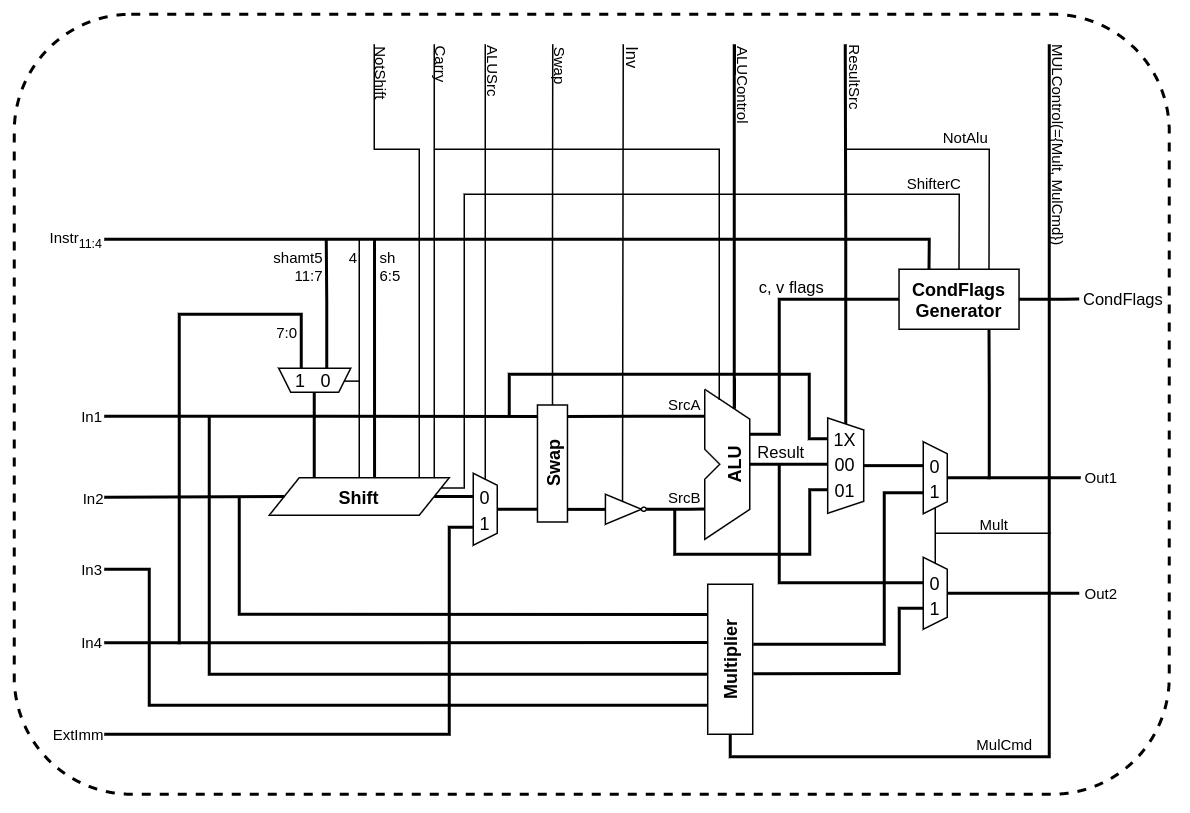
Before: asset/alu_block.drawio.png, a diagram exported from draw.io (takah29/arm-cpu). Source tidied: cells renumbered, new cells last; positions are measured from the earlier drawing's top-left corner, leaving out a move shared by most shapes.
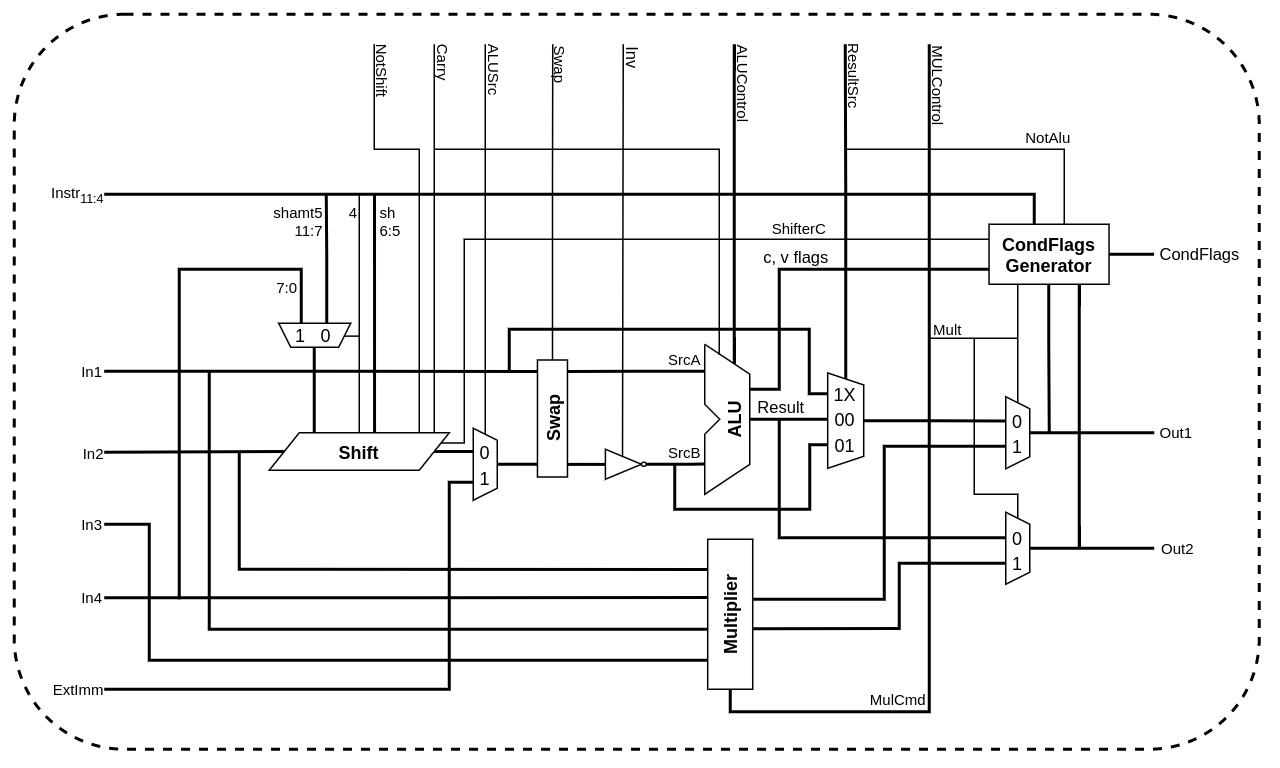
The same file after the commit.

Commit message:
回路図の修正

The edit, as a diff of the source:
```diff
@@ -3,8 +3,11 @@
     <mxCell id="0" />
     <mxCell id="1" value="名称未設定レイヤ" parent="0" />
     <mxCell id="2" style="rounded=1;whiteSpace=wrap;html=1;verticalAlign=top;labelPosition=center;verticalLabelPosition=bottom;align=center;shadow=0;glass=0;fontSize=16;fontStyle=1;noLabel=0;dashed=1;strokeWidth=2;" parent="1" vertex="1">
-      <mxGeometry width="770" height="520" as="geometry" />
+      <mxGeometry y="30" width="830" height="490" as="geometry" />
     </mxCell>
+    <mxCell id="96" value="&lt;b&gt;CondFlags&lt;br&gt;Generator&lt;/b&gt;" style="rounded=0;whiteSpace=wrap;html=1;fontSize=12;" parent="1" vertex="1">
+      <mxGeometry x="649.9" y="170" width="80" height="40" as="geometry" />
+    </mxCell>
     <mxCell id="3" style="edgeStyle=orthogonalEdgeStyle;rounded=0;jettySize=auto;html=1;entryX=0.325;entryY=0.962;entryDx=0;entryDy=0;entryPerimeter=0;endArrow=none;endFill=0;strokeWidth=2;exitX=1;exitY=0.5;exitDx=0;exitDy=0;" parent="1" edge="1" source="9" target="14">
       <mxGeometry relative="1" as="geometry" />
     </mxCell>
@@ -30,18 +33,17 @@
         </Array>
       </mxGeometry>
     </mxCell>
-    <mxCell id="7" style="edgeStyle=orthogonalEdgeStyle;rounded=0;jettySize=auto;html=1;exitX=1;exitY=0.25;exitDx=0;exitDy=0;entryX=0.5;entryY=0;entryDx=0;entryDy=0;endArrow=none;endFill=0;strokeWidth=1;fontSize=12;" parent="1" edge="1" source="9" target="96">
+    <mxCell id="7" style="edgeStyle=orthogonalEdgeStyle;rounded=0;jettySize=auto;html=1;exitX=1;exitY=0.25;exitDx=0;exitDy=0;entryX=0;entryY=0.25;entryDx=0;entryDy=0;endArrow=none;endFill=0;strokeWidth=1;fontSize=12;" parent="1" edge="1" source="9" target="96">
       <mxGeometry relative="1" as="geometry">
         <Array as="points">
           <mxPoint x="300" y="316" />
-          <mxPoint x="300" y="120" />
-          <mxPoint x="630" y="120" />
+          <mxPoint x="300" y="180" />
         </Array>
       </mxGeometry>
     </mxCell>
     <mxCell id="8" value="ShifterC" style="edgeLabel;html=1;align=center;verticalAlign=bottom;fontSize=10;labelBackgroundColor=none;" parent="7" vertex="1">
       <mxGeometry x="0.6" y="-1" relative="1" as="geometry">
-        <mxPoint x="49.9" as="offset" />
+        <mxPoint x="-28.1" as="offset" />
       </mxGeometry>
     </mxCell>
     <mxCell id="9" value="&lt;b&gt;Shift&lt;/b&gt;" style="shape=parallelogram;perimeter=parallelogramPerimeter;whiteSpace=wrap;html=1;fixedSize=1;" parent="1" vertex="1">
@@ -223,8 +225,7 @@
       <mxGeometry relative="1" as="geometry">
         <Array as="points">
           <mxPoint x="580" y="420" />
-          <mxPoint x="580" y="319" />
-          <mxPoint x="608" y="319" />
+          <mxPoint x="580" y="318" />
         </Array>
       </mxGeometry>
     </mxCell>
@@ -239,11 +240,13 @@
         </Array>
       </mxGeometry>
     </mxCell>
-    <mxCell id="46" style="edgeStyle=orthogonalEdgeStyle;rounded=0;jettySize=auto;html=1;exitX=0.25;exitY=0;exitDx=0;exitDy=0;fontSize=12;endArrow=none;endFill=0;strokeWidth=2;" parent="1" edge="1" source="96">
+    <mxCell id="46" style="edgeStyle=orthogonalEdgeStyle;rounded=0;orthogonalLoop=1;jettySize=auto;html=1;fontSize=12;endArrow=none;endFill=0;strokeWidth=2;" parent="1" edge="1">
       <mxGeometry relative="1" as="geometry">
+        <mxPoint x="680" y="170" as="sourcePoint" />
         <mxPoint x="60" y="150" as="targetPoint" />
         <Array as="points">
-          <mxPoint x="610" y="150" />
+          <mxPoint x="680" y="170" />
+          <mxPoint x="680" y="150" />
         </Array>
       </mxGeometry>
     </mxCell>
@@ -252,18 +255,19 @@
         <mxPoint x="-10" y="-2" as="offset" />
       </mxGeometry>
     </mxCell>
-    <mxCell id="48" style="edgeStyle=orthogonalEdgeStyle;rounded=0;jettySize=auto;html=1;exitX=0.75;exitY=0;exitDx=0;exitDy=0;endArrow=none;endFill=0;strokeWidth=1;fontSize=10;verticalAlign=bottom;" parent="1" edge="1" source="96">
+    <mxCell id="48" style="edgeStyle=orthogonalEdgeStyle;rounded=0;orthogonalLoop=1;jettySize=auto;html=1;endArrow=none;endFill=0;strokeWidth=1;fontSize=10;verticalAlign=bottom;" parent="1" edge="1">
       <mxGeometry relative="1" as="geometry">
-        <mxPoint x="554" y="90" as="targetPoint" />
+        <mxPoint x="700" y="170" as="sourcePoint" />
+        <mxPoint x="554" y="120" as="targetPoint" />
         <Array as="points">
-          <mxPoint x="650" y="90" />
-          <mxPoint x="554" y="90" />
+          <mxPoint x="700" y="170" />
+          <mxPoint x="700" y="120" />
         </Array>
       </mxGeometry>
     </mxCell>
     <mxCell id="49" value="NotAlu" style="edgeLabel;html=1;align=center;verticalAlign=bottom;fontSize=10;rotation=0;labelBackgroundColor=none;" parent="48" vertex="1">
       <mxGeometry x="0.08" y="1" relative="1" as="geometry">
-        <mxPoint x="-0.9" y="-1" as="offset" />
+        <mxPoint x="44.3" y="-1" as="offset" />
       </mxGeometry>
     </mxCell>
     <mxCell id="50" style="edgeStyle=orthogonalEdgeStyle;rounded=0;jettySize=auto;html=1;exitX=0.086;exitY=0.463;exitDx=0;exitDy=0;endArrow=none;endFill=0;strokeWidth=1;fontSize=10;exitPerimeter=0;" parent="1" edge="1" source="27">
@@ -272,7 +276,7 @@
       </mxGeometry>
     </mxCell>
     <mxCell id="51" style="group;" parent="1" vertex="1">
-      <mxGeometry x="606" y="285" width="16" height="48" as="geometry" />
+      <mxGeometry x="661" y="285" width="16" height="48" as="geometry" />
     </mxCell>
     <mxCell id="52" style="shape=trapezoid;perimeter=trapezoidPerimeter;whiteSpace=wrap;html=1;fixedSize=1;rotation=90;size=8;" parent="51" vertex="1">
       <mxGeometry x="-16" y="16" width="48" height="16" as="geometry" />
@@ -308,7 +312,7 @@
     <mxCell id="59" style="edgeStyle=orthogonalEdgeStyle;rounded=0;orthogonalLoop=1;jettySize=auto;html=1;exitX=1;exitY=0.5;exitDx=0;exitDy=0;fontSize=10;endArrow=none;endFill=0;snapToPoint=1;" parent="1" edge="1">
       <mxGeometry relative="1" as="geometry">
         <mxPoint x="358.8" y="260.5" as="sourcePoint" />
-        <mxPoint x="359" y="20" as="targetPoint" />
+        <mxPoint x="359" y="50" as="targetPoint" />
         <Array as="points">
           <mxPoint x="359" y="140" />
           <mxPoint x="359" y="30" />
@@ -322,10 +326,10 @@
     </mxCell>
     <mxCell id="61" style="edgeStyle=orthogonalEdgeStyle;rounded=0;orthogonalLoop=1;jettySize=auto;html=1;endArrow=none;endFill=0;strokeWidth=1;fontSize=11;entryX=0.455;entryY=0.24;entryDx=0;entryDy=0;entryPerimeter=0;snapToPoint=1;" parent="1" edge="1">
       <mxGeometry relative="1" as="geometry">
-        <mxPoint x="406" y="20" as="sourcePoint" />
+        <mxPoint x="406" y="50" as="sourcePoint" />
         <mxPoint x="405.5" y="324.8" as="targetPoint" />
         <Array as="points">
-          <mxPoint x="406" y="20" />
+          <mxPoint x="406" y="50" />
         </Array>
       </mxGeometry>
     </mxCell>
@@ -364,7 +368,7 @@
       </mxGeometry>
     </mxCell>
     <mxCell id="67" style="group;" parent="1" vertex="1">
-      <mxGeometry x="606" y="362" width="16" height="48" as="geometry" />
+      <mxGeometry x="661" y="362" width="16" height="48" as="geometry" />
     </mxCell>
     <mxCell id="68" style="shape=trapezoid;perimeter=trapezoidPerimeter;whiteSpace=wrap;html=1;fixedSize=1;rotation=90;size=8;" parent="67" vertex="1">
       <mxGeometry x="-16" y="16" width="48" height="16" as="geometry" />
@@ -377,7 +381,7 @@
     </mxCell>
     <mxCell id="71" style="edgeStyle=orthogonalEdgeStyle;rounded=0;jettySize=auto;html=1;entryX=0.5;entryY=0;entryDx=0;entryDy=0;endArrow=none;endFill=0;strokeWidth=2;" parent="1" edge="1" target="52">
       <mxGeometry relative="1" as="geometry">
-        <mxPoint x="711" y="309" as="sourcePoint" />
+        <mxPoint x="760" y="309" as="sourcePoint" />
       </mxGeometry>
     </mxCell>
     <mxCell id="72" value="Out1" style="edgeLabel;html=1;align=left;verticalAlign=middle;fontSize=10;labelPosition=right;verticalLabelPosition=middle;labelBackgroundColor=none;" parent="71" vertex="1">
@@ -385,24 +389,24 @@
         <mxPoint x="10" as="offset" />
       </mxGeometry>
     </mxCell>
-    <mxCell id="73" style="edgeStyle=orthogonalEdgeStyle;rounded=0;jettySize=auto;html=1;exitX=1;exitY=1;exitDx=0;exitDy=0;endArrow=none;endFill=0;strokeWidth=2;entryX=0;entryY=0.5;entryDx=0;entryDy=0;" parent="1" edge="1" target="96">
+    <mxCell id="73" style="edgeStyle=orthogonalEdgeStyle;rounded=0;jettySize=auto;html=1;exitX=1;exitY=1;exitDx=0;exitDy=0;endArrow=none;endFill=0;strokeWidth=2;entryX=0;entryY=0.75;entryDx=0;entryDy=0;" parent="1" edge="1" target="96">
       <mxGeometry relative="1" as="geometry">
         <mxPoint x="490.3" y="280" as="sourcePoint" />
         <Array as="points">
           <mxPoint x="510" y="280" />
-          <mxPoint x="510" y="190" />
+          <mxPoint x="510" y="200" />
         </Array>
       </mxGeometry>
     </mxCell>
     <mxCell id="74" value="c, v flags" style="edgeLabel;html=1;align=center;verticalAlign=bottom;labelBackgroundColor=none;labelPosition=center;verticalLabelPosition=middle;" parent="73" vertex="1">
       <mxGeometry x="-0.15" relative="1" as="geometry">
-        <mxPoint x="7.3" y="-28.7" as="offset" />
+        <mxPoint x="7.3" as="offset" />
       </mxGeometry>
     </mxCell>
     <mxCell id="75" style="edgeStyle=orthogonalEdgeStyle;rounded=0;orthogonalLoop=1;jettySize=auto;html=1;exitX=0;exitY=0.5;exitDx=0;exitDy=0;endArrow=none;endFill=0;strokeWidth=2;fontSize=10;" parent="1" edge="1">
       <mxGeometry relative="1" as="geometry">
         <mxPoint x="554.3" y="273.1" as="sourcePoint" />
-        <mxPoint x="554" y="20" as="targetPoint" />
+        <mxPoint x="554" y="50" as="targetPoint" />
         <Array as="points">
           <mxPoint x="554" y="150" />
           <mxPoint x="554" y="150" />
@@ -417,7 +421,7 @@
     <mxCell id="77" style="edgeStyle=orthogonalEdgeStyle;rounded=0;orthogonalLoop=1;jettySize=auto;html=1;endArrow=none;endFill=0;strokeWidth=2;fontSize=10;" parent="1" edge="1">
       <mxGeometry relative="1" as="geometry">
         <mxPoint x="480" y="263" as="sourcePoint" />
-        <mxPoint x="480" y="20" as="targetPoint" />
+        <mxPoint x="480" y="50" as="targetPoint" />
         <Array as="points">
           <mxPoint x="480" y="140" />
           <mxPoint x="480" y="140" />
@@ -426,23 +430,23 @@
     </mxCell>
     <mxCell id="78" value="ALUControl" style="edgeLabel;html=1;align=center;verticalAlign=middle;fontSize=10;rotation=90;labelBackgroundColor=none;" parent="77" vertex="1">
       <mxGeometry x="0.7" relative="1" as="geometry">
-        <mxPoint x="7" y="-11" as="offset" />
+        <mxPoint x="7" y="-7" as="offset" />
       </mxGeometry>
     </mxCell>
     <mxCell id="79" style="edgeStyle=orthogonalEdgeStyle;rounded=0;orthogonalLoop=1;jettySize=auto;html=1;endArrow=none;endFill=0;strokeWidth=1;fontSize=10;" parent="1" edge="1">
       <mxGeometry relative="1" as="geometry">
         <mxPoint x="470" y="257" as="sourcePoint" />
-        <mxPoint x="280" y="90" as="targetPoint" />
+        <mxPoint x="280" y="120" as="targetPoint" />
         <Array as="points">
-          <mxPoint x="470" y="90" />
-          <mxPoint x="280" y="90" />
+          <mxPoint x="470" y="120" />
+          <mxPoint x="280" y="120" />
         </Array>
       </mxGeometry>
     </mxCell>
     <mxCell id="80" style="edgeStyle=orthogonalEdgeStyle;rounded=0;orthogonalLoop=1;jettySize=auto;html=1;endArrow=none;endFill=0;strokeWidth=1;fontSize=10;exitX=0;exitY=0.5;exitDx=0;exitDy=0;" parent="1" edge="1">
       <mxGeometry relative="1" as="geometry">
         <mxPoint x="314" y="310" as="sourcePoint" />
-        <mxPoint x="314" y="20" as="targetPoint" />
+        <mxPoint x="314" y="50" as="targetPoint" />
         <Array as="points">
           <mxPoint x="314" y="50" />
         </Array>
@@ -470,10 +474,10 @@
     <mxCell id="84" style="edgeStyle=orthogonalEdgeStyle;rounded=0;orthogonalLoop=1;jettySize=auto;html=1;endArrow=none;endFill=0;strokeWidth=1;fontSize=10;" parent="1" edge="1">
       <mxGeometry relative="1" as="geometry">
         <mxPoint x="270" y="309" as="sourcePoint" />
-        <mxPoint x="240" y="20" as="targetPoint" />
+        <mxPoint x="240" y="50" as="targetPoint" />
         <Array as="points">
-          <mxPoint x="270" y="90" />
-          <mxPoint x="240" y="90" />
+          <mxPoint x="270" y="120" />
+          <mxPoint x="240" y="120" />
         </Array>
       </mxGeometry>
     </mxCell>
@@ -485,7 +489,7 @@
     <mxCell id="86" style="edgeStyle=orthogonalEdgeStyle;rounded=0;orthogonalLoop=1;jettySize=auto;html=1;endArrow=none;endFill=0;strokeWidth=1;fontSize=10;" parent="1" edge="1">
       <mxGeometry relative="1" as="geometry">
         <mxPoint x="280" y="309" as="sourcePoint" />
-        <mxPoint x="280" y="20" as="targetPoint" />
+        <mxPoint x="280" y="50" as="targetPoint" />
         <Array as="points">
           <mxPoint x="280" y="309" />
           <mxPoint x="280" y="30" />
@@ -494,7 +498,7 @@
     </mxCell>
     <mxCell id="87" value="Carry" style="edgeLabel;html=1;align=center;verticalAlign=middle;fontSize=10;rotation=90;labelBackgroundColor=none;" parent="86" vertex="1">
       <mxGeometry x="0.42" y="-1" relative="1" as="geometry">
-        <mxPoint x="5" y="-71.8" as="offset" />
+        <mxPoint x="5" y="-63.8" as="offset" />
       </mxGeometry>
     </mxCell>
     <mxCell id="88" style="edgeStyle=orthogonalEdgeStyle;rounded=0;orthogonalLoop=1;jettySize=auto;html=1;endArrow=none;endFill=0;strokeWidth=2;fontSize=10;entryX=0.688;entryY=1.001;entryDx=0;entryDy=0;entryPerimeter=0;" parent="1" edge="1">
@@ -523,13 +527,9 @@
         <mxPoint x="-4" as="offset" />
       </mxGeometry>
     </mxCell>
-    <mxCell id="92" style="edgeStyle=orthogonalEdgeStyle;rounded=0;orthogonalLoop=1;jettySize=auto;html=1;endArrow=none;endFill=0;strokeWidth=2;" parent="1" edge="1">
+    <mxCell id="92" style="edgeStyle=orthogonalEdgeStyle;rounded=0;jettySize=auto;html=1;endArrow=none;endFill=0;strokeWidth=2;entryX=0.5;entryY=0;entryDx=0;entryDy=0;" parent="1" edge="1" target="68">
       <mxGeometry relative="1" as="geometry">
-        <mxPoint x="710" y="386" as="sourcePoint" />
-        <mxPoint x="622" y="386" as="targetPoint" />
-        <Array as="points">
-          <mxPoint x="622" y="386.5" />
-        </Array>
+        <mxPoint x="760" y="386" as="sourcePoint" />
       </mxGeometry>
     </mxCell>
     <mxCell id="93" value="Out2" style="edgeLabel;html=1;align=left;verticalAlign=middle;fontSize=10;labelPosition=right;verticalLabelPosition=middle;labelBackgroundColor=none;" parent="92" vertex="1">
@@ -537,68 +537,92 @@
         <mxPoint x="7" y="2" as="offset" />
       </mxGeometry>
     </mxCell>
-    <mxCell id="94" style="edgeStyle=orthogonalEdgeStyle;rounded=0;jettySize=auto;html=1;exitX=1;exitY=0.5;exitDx=0;exitDy=0;endArrow=none;endFill=0;strokeWidth=2;" parent="1" edge="1" source="96">
+    <mxCell id="94" style="edgeStyle=orthogonalEdgeStyle;rounded=0;orthogonalLoop=1;jettySize=auto;html=1;exitX=1;exitY=0.5;exitDx=0;exitDy=0;endArrow=none;endFill=0;strokeWidth=2;" parent="1" edge="1">
       <mxGeometry relative="1" as="geometry">
-        <mxPoint x="710" y="189.9" as="targetPoint" />
+        <mxPoint x="759.9" y="190" as="sourcePoint" />
+        <mxPoint x="730" y="190" as="targetPoint" />
         <Array as="points">
-          <mxPoint x="700" y="190" />
-          <mxPoint x="700" y="190" />
+          <mxPoint x="730" y="190" />
+          <mxPoint x="730" y="190" />
         </Array>
       </mxGeometry>
     </mxCell>
     <mxCell id="95" value="CondFlags" style="edgeLabel;html=1;align=left;verticalAlign=middle;labelBackgroundColor=none;labelPosition=right;verticalLabelPosition=middle;" parent="94" vertex="1">
       <mxGeometry x="0.79" y="-1" relative="1" as="geometry">
-        <mxPoint x="5" y="-1" as="offset" />
+        <mxPoint x="29" y="1" as="offset" />
       </mxGeometry>
     </mxCell>
-    <mxCell id="96" value="&lt;b&gt;CondFlags&lt;br&gt;Generator&lt;/b&gt;" style="rounded=0;whiteSpace=wrap;html=1;fontSize=12;" parent="1" vertex="1">
-      <mxGeometry x="589.9" y="170" width="80" height="40" as="geometry" />
-    </mxCell>
     <mxCell id="97" style="edgeStyle=orthogonalEdgeStyle;rounded=0;jettySize=auto;html=1;endArrow=none;endFill=0;strokeWidth=2;entryX=0;entryY=0.5;entryDx=0;entryDy=0;" parent="1" edge="1" target="44">
       <mxGeometry relative="1" as="geometry">
-        <mxPoint x="690" y="20" as="sourcePoint" />
+        <mxPoint x="610" y="50" as="sourcePoint" />
         <Array as="points">
-          <mxPoint x="690" y="495" />
+          <mxPoint x="610" y="495" />
           <mxPoint x="477" y="495" />
         </Array>
       </mxGeometry>
     </mxCell>
-    <mxCell id="98" value="&lt;font style=&quot;font-size: 10px&quot;&gt;MULControl(={Mult, MulCmd})&lt;/font&gt;" style="edgeLabel;html=1;align=center;verticalAlign=middle;labelBackgroundColor=none;labelPosition=center;verticalLabelPosition=middle;rotation=90;" parent="97" vertex="1">
+    <mxCell id="98" value="&lt;font style=&quot;font-size: 10px&quot;&gt;MULControl&lt;/font&gt;" style="edgeLabel;html=1;align=center;verticalAlign=middle;labelBackgroundColor=none;labelPosition=center;verticalLabelPosition=middle;rotation=90;" parent="97" vertex="1">
       <mxGeometry x="-0.96" y="1" relative="1" as="geometry">
-        <mxPoint x="6" y="53.6" as="offset" />
+        <mxPoint x="6" y="15.6" as="offset" />
       </mxGeometry>
     </mxCell>
     <mxCell id="99" value="MulCmd" style="edgeLabel;html=1;align=center;verticalAlign=bottom;fontSize=10;labelBackgroundColor=none;" parent="97" vertex="1">
-      <mxGeometry x="0.44" relative="1" as="geometry" />
+      <mxGeometry x="0.44" relative="1" as="geometry">
+        <mxPoint x="-21" y="19.4" as="offset" />
+      </mxGeometry>
     </mxCell>
     <mxCell id="100" style="edgeStyle=orthogonalEdgeStyle;rounded=0;orthogonalLoop=1;jettySize=auto;html=1;endArrow=none;endFill=0;strokeWidth=1;fontSize=12;" parent="1" edge="1">
       <mxGeometry relative="1" as="geometry">
-        <mxPoint x="614" y="346" as="sourcePoint" />
-        <mxPoint x="690" y="346" as="targetPoint" />
+        <mxPoint x="610" y="246" as="sourcePoint" />
+        <mxPoint x="669" y="246" as="targetPoint" />
         <Array as="points">
-          <mxPoint x="691" y="346" />
+          <mxPoint x="669" y="246" />
+          <mxPoint x="669" y="246" />
         </Array>
       </mxGeometry>
     </mxCell>
     <mxCell id="101" value="Mult" style="edgeLabel;html=1;align=center;verticalAlign=middle;fontSize=10;labelBackgroundColor=none;" parent="100" vertex="1">
       <mxGeometry x="0.6" y="-1" relative="1" as="geometry">
-        <mxPoint x="-24.3" y="-7" as="offset" />
+        <mxPoint x="-36.3" y="-7" as="offset" />
       </mxGeometry>
     </mxCell>
-    <mxCell id="102" style="edgeStyle=orthogonalEdgeStyle;rounded=0;orthogonalLoop=1;jettySize=auto;html=1;endArrow=none;endFill=0;strokeWidth=1;fontSize=12;" parent="1" edge="1">
+    <mxCell id="102" style="edgeStyle=orthogonalEdgeStyle;rounded=0;jettySize=auto;html=1;endArrow=none;endFill=0;strokeWidth=1;fontSize=12;entryX=0;entryY=0.5;entryDx=0;entryDy=0;" parent="1" edge="1" target="52">
       <mxGeometry relative="1" as="geometry">
-        <mxPoint x="614" y="329" as="sourcePoint" />
-        <mxPoint x="614" y="366" as="targetPoint" />
+        <mxPoint x="669" y="210" as="sourcePoint" />
+        <Array as="points">
+          <mxPoint x="669" y="210" />
+        </Array>
       </mxGeometry>
     </mxCell>
-    <mxCell id="103" style="edgeStyle=orthogonalEdgeStyle;rounded=0;jettySize=auto;html=1;exitX=0.75;exitY=1;exitDx=0;exitDy=0;endArrow=none;endFill=0;strokeWidth=2;" parent="1" edge="1" source="96">
+    <mxCell id="103" style="edgeStyle=orthogonalEdgeStyle;rounded=0;orthogonalLoop=1;jettySize=auto;html=1;exitX=0.75;exitY=1;exitDx=0;exitDy=0;endArrow=none;endFill=0;strokeWidth=2;" parent="1" edge="1">
       <mxGeometry relative="1" as="geometry">
-        <mxPoint x="650" y="310" as="targetPoint" />
+        <mxPoint x="689.7" y="210" as="sourcePoint" />
+        <mxPoint x="690" y="309" as="targetPoint" />
         <Array as="points">
-          <mxPoint x="650" y="250" />
-          <mxPoint x="650" y="250" />
+          <mxPoint x="689.9" y="250" />
+          <mxPoint x="689.9" y="250" />
         </Array>
       </mxGeometry>
     </mxCell>
+    <mxCell id="104" style="edgeStyle=orthogonalEdgeStyle;rounded=0;orthogonalLoop=1;jettySize=auto;html=1;endArrow=none;endFill=0;strokeWidth=2;" parent="1" edge="1">
+      <mxGeometry relative="1" as="geometry">
+        <mxPoint x="710" y="210" as="sourcePoint" />
+        <mxPoint x="710" y="386" as="targetPoint" />
+        <Array as="points">
+          <mxPoint x="710.1" y="249.5" />
+          <mxPoint x="710.1" y="249.5" />
+        </Array>
+      </mxGeometry>
+    </mxCell>
+    <mxCell id="105" style="edgeStyle=orthogonalEdgeStyle;rounded=0;jettySize=auto;html=1;endArrow=none;endFill=0;strokeWidth=1;fontSize=12;entryX=0;entryY=0.5;entryDx=0;entryDy=0;" parent="1" edge="1" target="68">
+      <mxGeometry relative="1" as="geometry">
+        <mxPoint x="640" y="246" as="sourcePoint" />
+        <Array as="points">
+          <mxPoint x="640" y="246" />
+          <mxPoint x="640" y="350" />
+          <mxPoint x="674" y="350" />
+        </Array>
+      </mxGeometry>
+    </mxCell>
   </root>
 </mxGraphModel>
```
